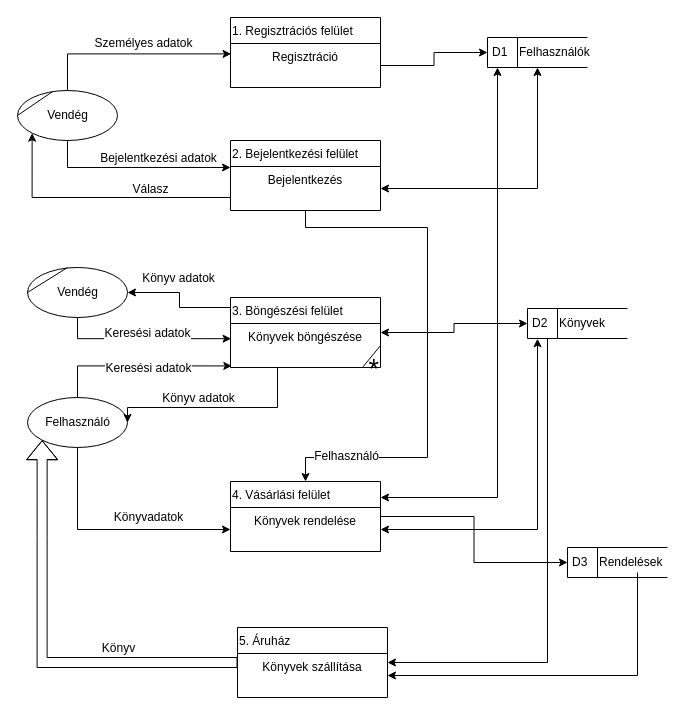
Before: page "Page-1" (1 of 5) of dfd.drawio in Dzseta/Adatbazis-alapu-rendszerek, a draw.io diagram. Source tidied: cells renumbered, new cells numbered last; positions are measured from the earlier drawing's top-left corner, leaving out a move shared by most shapes. Both pictures are drawn from the tidied source at 100%, with x=0, y=0 at pixel (17, 17).
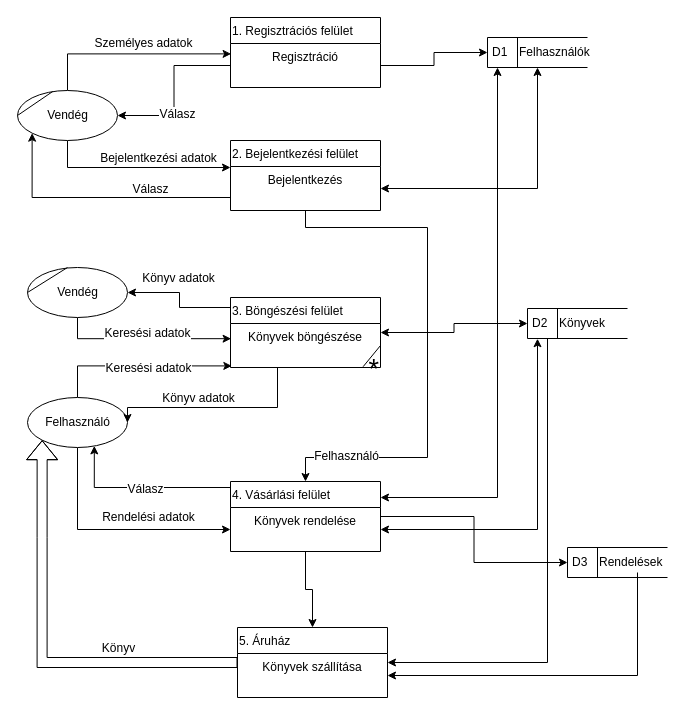
After the change.

The change refers to these unchanged cells:
```xml
<mxCell id="6" value="Vendég" style="shape=ellipse;html=1;dashed=0;whitespace=wrap;perimeter=ellipsePerimeter;" parent="1" vertex="1">
  <mxGeometry y="73" width="100" height="50" as="geometry" />
</mxCell>
<mxCell id="9" style="edgeStyle=orthogonalEdgeStyle;rounded=0;jettySize=auto;html=1;startArrow=none;startFill=0;" parent="1" edge="1" source="11" target="34">
  <mxGeometry relative="1" as="geometry" />
</mxCell>
<mxCell id="11" value="Felhasználó" style="shape=ellipse;html=1;dashed=0;whitespace=wrap;perimeter=ellipsePerimeter;" parent="1" vertex="1">
  <mxGeometry x="10" y="380" width="100" height="50" as="geometry" />
</mxCell>
<mxCell id="13" value="Regisztráció" style="text;strokeColor=none;fillColor=none;align=center;verticalAlign=top;spacingLeft=4;spacingRight=4;overflow=hidden;points=[[0,0.5],[1,0.5]];portConstraint=eastwest;" parent="12" vertex="1">
  <mxGeometry y="26" width="150" height="44" as="geometry" />
</mxCell>
<mxCell id="33" value="4. Vásárlási felület" style="swimlane;fontStyle=0;horizontal=1;startSize=26;fillColor=none;align=left;" parent="1" vertex="1">
  <mxGeometry x="213" y="464" width="150" height="70" as="geometry" />
</mxCell>
<mxCell id="50" value="5. Áruház" style="swimlane;fontStyle=0;horizontal=1;startSize=26;fillColor=none;align=left;" parent="1" vertex="1">
  <mxGeometry x="220" y="610" width="150" height="70" as="geometry" />
</mxCell>
```

What changed in the source:
```diff
@@
-    <mxCell id="10" value="Könyvadatok" style="text;html=1;align=center;verticalAlign=middle;labelBackgroundColor=#ffffff;" parent="9" vertex="1">
+    <mxCell id="10" value="Rendelési adatok" style="text;html=1;align=center;verticalAlign=middle;labelBackgroundColor=#ffffff;" parent="9" vertex="1">
       <mxGeometry x="-0.33" y="35" relative="1" as="geometry">
         <mxPoint x="35" y="-10" as="offset" />
       </mxGeometry>
     </mxCell>
@@
+    <mxCell id="53" style="edgeStyle=orthogonalEdgeStyle;rounded=0;jettySize=auto;html=1;entryX=0.668;entryY=0.968;entryDx=0;entryDy=0;entryPerimeter=0;startArrow=none;startFill=0;endArrow=classic;endFill=1;fontSize=12;" parent="1" edge="1" source="33" target="11">
+      <mxGeometry relative="1" as="geometry">
+        <Array as="points">
+          <mxPoint x="77" y="470" />
+        </Array>
+      </mxGeometry>
+    </mxCell>
+    <mxCell id="54" value="Válasz" style="text;html=1;align=center;verticalAlign=middle;labelBackgroundColor=#ffffff;fontSize=12;" parent="53" vertex="1">
+      <mxGeometry x="-0.03" y="1" relative="1" as="geometry" />
+    </mxCell>
+    <mxCell id="55" style="edgeStyle=orthogonalEdgeStyle;rounded=0;jettySize=auto;html=1;entryX=0.5;entryY=0;entryDx=0;entryDy=0;startArrow=none;startFill=0;endArrow=classic;endFill=1;fontSize=12;" parent="1" edge="1" source="33" target="50">
+      <mxGeometry relative="1" as="geometry" />
+    </mxCell>
@@
+    <mxCell id="56" style="edgeStyle=orthogonalEdgeStyle;rounded=0;jettySize=auto;html=1;entryX=1;entryY=0.5;entryDx=0;entryDy=0;startArrow=none;startFill=0;endArrow=classic;endFill=1;fontSize=12;" parent="1" edge="1" source="13" target="6">
+      <mxGeometry relative="1" as="geometry" />
+    </mxCell>
+    <mxCell id="57" value="Válasz" style="text;html=1;align=center;verticalAlign=middle;labelBackgroundColor=#ffffff;fontSize=12;" parent="56" vertex="1">
+      <mxGeometry x="0.19" y="-3" relative="1" as="geometry">
+        <mxPoint x="6" y="8" as="offset" />
+      </mxGeometry>
+    </mxCell>
```
